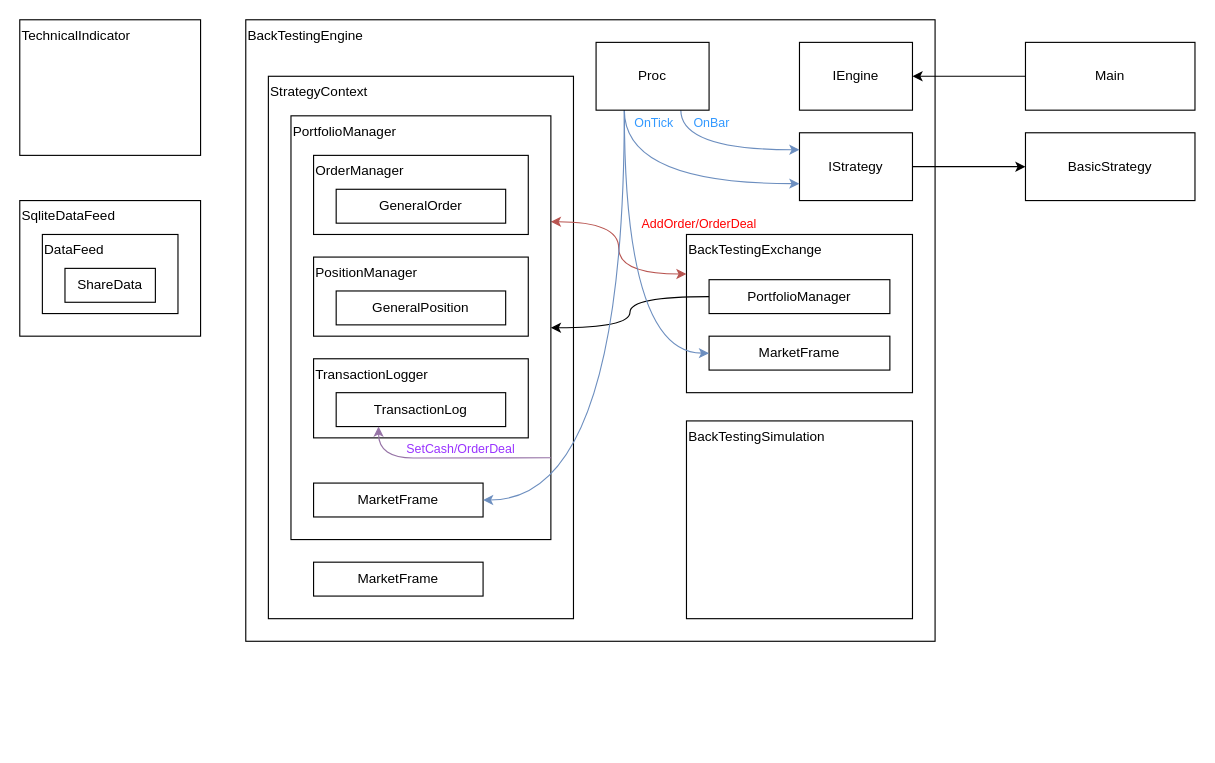
Above: CarrotBacktesting.Net/CarrotBacktesting.Net.Diagram.drawio in CRThu/CarrotQuant.Net (draw.io), before the change. Source tidied: cells renumbered, new cells numbered last; positions are measured from the earlier drawing's top-left corner, leaving out a move shared by most shapes. Both pictures are drawn from the tidied source at 113%, with x=0, y=0 at pixel (19, 19).
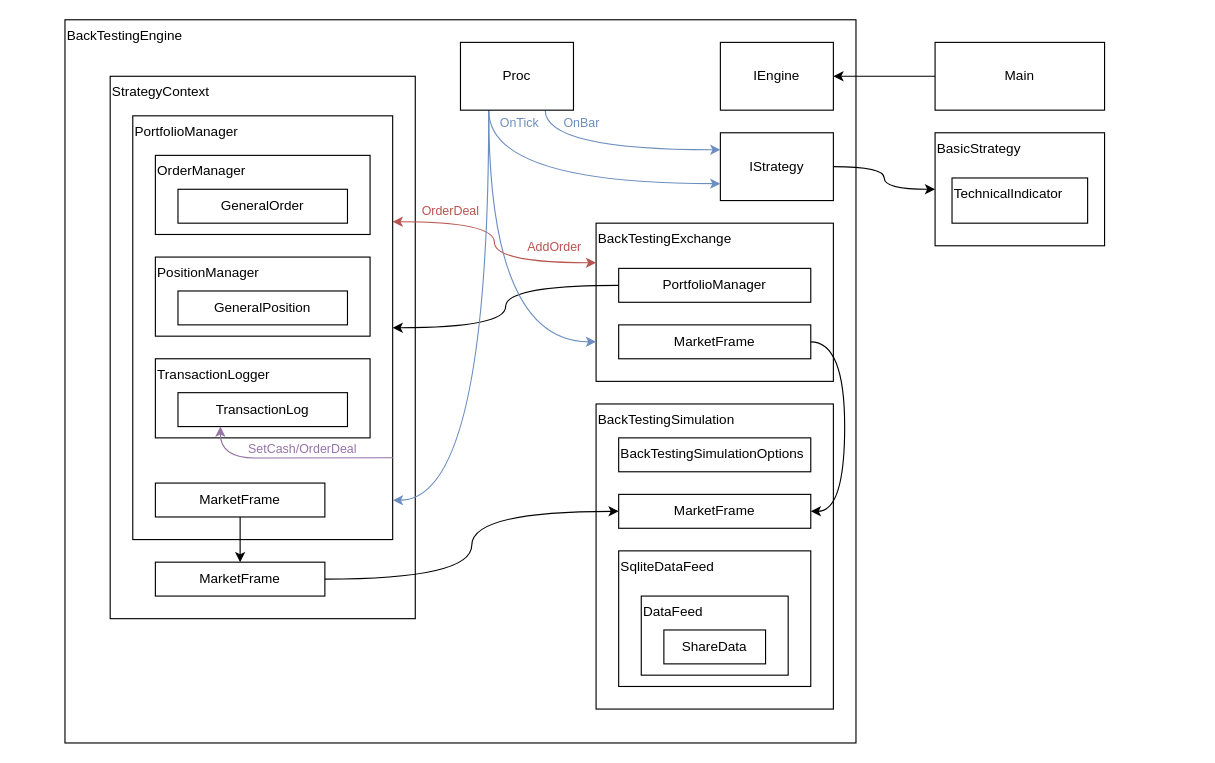
The same page after the edit.

Commit message (it also covers changes not shown here):
回测框架框图更新

Unchanged cells that the change refers to:
```xml
<mxCell id="12" style="edgeStyle=orthogonalEdgeStyle;curved=1;rounded=0;jettySize=auto;html=1;exitX=1;exitY=0.25;exitDx=0;exitDy=0;entryX=0;entryY=0.25;entryDx=0;entryDy=0;fontColor=#3399FF;elbow=vertical;fillColor=#f8cecc;strokeColor=#b85450;startArrow=classic;startFill=1;" parent="1" edge="1" source="14" target="8">
  <mxGeometry relative="1" as="geometry" />
</mxCell>
<mxCell id="30" style="edgeStyle=orthogonalEdgeStyle;curved=1;rounded=0;jettySize=auto;html=1;exitX=0.25;exitY=1;exitDx=0;exitDy=0;entryX=0;entryY=0.75;entryDx=0;entryDy=0;elbow=vertical;fillColor=#dae8fc;strokeColor=#6c8ebf;" parent="1" edge="1" source="36" target="10">
  <mxGeometry relative="1" as="geometry" />
</mxCell>
<mxCell id="32" style="edgeStyle=orthogonalEdgeStyle;curved=1;rounded=0;jettySize=auto;html=1;exitX=0.75;exitY=1;exitDx=0;exitDy=0;entryX=0;entryY=0.25;entryDx=0;entryDy=0;elbow=vertical;fillColor=#dae8fc;strokeColor=#6c8ebf;" parent="1" edge="1" source="36" target="10">
  <mxGeometry relative="1" as="geometry" />
</mxCell>
```

Diff of the diagram source:
```diff
@@
-    <mxCell id="2" value="SqliteDataFeed" style="rounded=0;whiteSpace=wrap;html=1;fillColor=none;align=left;verticalAlign=top;" parent="1" vertex="1">
-      <mxGeometry y="160" width="160" height="120" as="geometry" />
-    </mxCell>
-    <mxCell id="3" value="DataFeed" style="rounded=0;whiteSpace=wrap;html=1;fillColor=none;align=left;verticalAlign=top;" parent="1" vertex="1">
-      <mxGeometry x="20" y="190" width="120" height="70" as="geometry" />
-    </mxCell>
-    <mxCell id="4" value="ShareData" style="rounded=0;whiteSpace=wrap;html=1;fillColor=none;align=center;verticalAlign=middle;" parent="1" vertex="1">
-      <mxGeometry x="40" y="220" width="80" height="30" as="geometry" />
-    </mxCell>
+    <mxCell id="26" value="BasicStrategy" style="rounded=0;whiteSpace=wrap;html=1;fillColor=none;align=left;verticalAlign=top;" parent="1" vertex="1">
+      <mxGeometry x="810" y="100" width="150" height="100" as="geometry" />
+    </mxCell>
     <mxCell id="5" value="BackTestingEngine" style="rounded=0;whiteSpace=wrap;html=1;fillColor=none;align=left;verticalAlign=top;" parent="1" vertex="1">
-      <mxGeometry x="200" width="610" height="550" as="geometry" />
+      <mxGeometry x="40" width="700" height="640" as="geometry" />
     </mxCell>
     <mxCell id="6" value="IEngine" style="rounded=0;whiteSpace=wrap;html=1;fillColor=none;align=center;verticalAlign=middle;" parent="1" vertex="1">
-      <mxGeometry x="690" y="20" width="100" height="60" as="geometry" />
+      <mxGeometry x="620" y="20" width="100" height="60" as="geometry" />
     </mxCell>
     <mxCell id="7" value="StrategyContext" style="rounded=0;whiteSpace=wrap;html=1;fillColor=none;align=left;verticalAlign=top;" parent="1" vertex="1">
-      <mxGeometry x="220" y="50" width="270" height="480" as="geometry" />
+      <mxGeometry x="80" y="50" width="270" height="480" as="geometry" />
     </mxCell>
     <mxCell id="8" value="BackTestingExchange" style="rounded=0;whiteSpace=wrap;html=1;fillColor=none;align=left;verticalAlign=top;" parent="1" vertex="1">
-      <mxGeometry x="590" y="190" width="200" height="140" as="geometry" />
+      <mxGeometry x="510" y="180" width="210" height="140" as="geometry" />
     </mxCell>
-    <mxCell id="9" style="edgeStyle=orthogonalEdgeStyle;rounded=0;jettySize=auto;html=1;exitX=1;exitY=0.5;exitDx=0;exitDy=0;entryX=0;entryY=0.5;entryDx=0;entryDy=0;" parent="1" edge="1" source="10" target="26">
+    <mxCell id="9" style="edgeStyle=orthogonalEdgeStyle;rounded=0;jettySize=auto;html=1;exitX=1;exitY=0.5;exitDx=0;exitDy=0;entryX=0;entryY=0.5;entryDx=0;entryDy=0;curved=1;" parent="1" edge="1" source="10" target="26">
       <mxGeometry relative="1" as="geometry" />
     </mxCell>
     <mxCell id="10" value="IStrategy" style="rounded=0;whiteSpace=wrap;html=1;fillColor=none;align=center;verticalAlign=middle;" parent="1" vertex="1">
-      <mxGeometry x="690" y="100" width="100" height="60" as="geometry" />
+      <mxGeometry x="620" y="100" width="100" height="60" as="geometry" />
     </mxCell>
     <mxCell id="11" value="TechnicalIndicator" style="rounded=0;whiteSpace=wrap;html=1;fillColor=none;align=left;verticalAlign=top;" parent="1" vertex="1">
-      <mxGeometry width="160" height="120" as="geometry" />
+      <mxGeometry x="825" y="140" width="120" height="40" as="geometry" />
     </mxCell>
@@
-    <mxCell id="13" value="AddOrder/OrderDeal" style="edgeLabel;html=1;align=center;verticalAlign=middle;fontColor=#FF0000;labelBackgroundColor=none;" parent="12" vertex="1">
+    <mxCell id="13" value="OrderDeal" style="edgeLabel;html=1;align=center;verticalAlign=middle;fontColor=#B85450;labelBackgroundColor=none;" parent="12" vertex="1">
       <mxGeometry x="-0.15" y="-8" relative="1" as="geometry">
-        <mxPoint x="78" y="-9" as="offset" />
+        <mxPoint x="-32" y="-12" as="offset" />
       </mxGeometry>
     </mxCell>
+    <mxCell id="39" value="AddOrder" style="edgeLabel;html=1;align=center;verticalAlign=middle;fontColor=#B85450;labelBackgroundColor=none;" parent="12" vertex="1">
+      <mxGeometry x="-0.37" y="-5" relative="1" as="geometry">
+        <mxPoint x="75" y="17" as="offset" />
+      </mxGeometry>
+    </mxCell>
     <mxCell id="14" value="PortfolioManager" style="rounded=0;whiteSpace=wrap;html=1;fillColor=none;align=left;verticalAlign=top;" parent="1" vertex="1">
-      <mxGeometry x="240" y="85" width="230" height="375" as="geometry" />
+      <mxGeometry x="100" y="85" width="230" height="375" as="geometry" />
     </mxCell>
+    <mxCell id="40" style="edgeStyle=orthogonalEdgeStyle;curved=1;rounded=0;jettySize=auto;html=1;exitX=1;exitY=0.5;exitDx=0;exitDy=0;entryX=0;entryY=0.5;entryDx=0;entryDy=0;" parent="1" edge="1" source="15" target="44">
+      <mxGeometry relative="1" as="geometry" />
+    </mxCell>
     <mxCell id="15" value="MarketFrame" style="rounded=0;whiteSpace=wrap;html=1;fillColor=none;align=center;verticalAlign=middle;" parent="1" vertex="1">
-      <mxGeometry x="260" y="480" width="150" height="30" as="geometry" />
+      <mxGeometry x="120" y="480" width="150" height="30" as="geometry" />
     </mxCell>
+    <mxCell id="41" style="edgeStyle=orthogonalEdgeStyle;curved=1;rounded=0;jettySize=auto;html=1;exitX=0.5;exitY=1;exitDx=0;exitDy=0;entryX=0.5;entryY=0;entryDx=0;entryDy=0;" parent="1" edge="1" source="16" target="15">
+      <mxGeometry relative="1" as="geometry" />
+    </mxCell>
     <mxCell id="16" value="MarketFrame" style="rounded=0;whiteSpace=wrap;html=1;fillColor=none;align=center;verticalAlign=middle;" parent="1" vertex="1">
-      <mxGeometry x="260" y="410" width="150" height="30" as="geometry" />
+      <mxGeometry x="120" y="410" width="150" height="30" as="geometry" />
     </mxCell>
     <mxCell id="17" value="OrderManager" style="rounded=0;whiteSpace=wrap;html=1;fillColor=none;align=left;verticalAlign=top;" parent="1" vertex="1">
-      <mxGeometry x="260" y="120" width="190" height="70" as="geometry" />
+      <mxGeometry x="120" y="120" width="190" height="70" as="geometry" />
     </mxCell>
     <mxCell id="18" value="PositionManager" style="rounded=0;whiteSpace=wrap;html=1;fillColor=none;align=left;verticalAlign=top;" parent="1" vertex="1">
-      <mxGeometry x="260" y="210" width="190" height="70" as="geometry" />
+      <mxGeometry x="120" y="210" width="190" height="70" as="geometry" />
     </mxCell>
     <mxCell id="19" value="TransactionLogger" style="rounded=0;whiteSpace=wrap;html=1;fillColor=none;align=left;verticalAlign=top;" parent="1" vertex="1">
-      <mxGeometry x="260" y="300" width="190" height="70" as="geometry" />
+      <mxGeometry x="120" y="300" width="190" height="70" as="geometry" />
     </mxCell>
     <mxCell id="20" value="GeneralOrder" style="rounded=0;whiteSpace=wrap;html=1;fillColor=none;align=center;verticalAlign=middle;" parent="1" vertex="1">
-      <mxGeometry x="280" y="150" width="150" height="30" as="geometry" />
+      <mxGeometry x="140" y="150" width="150" height="30" as="geometry" />
     </mxCell>
     <mxCell id="21" value="GeneralPosition" style="rounded=0;whiteSpace=wrap;html=1;fillColor=none;align=center;verticalAlign=middle;" parent="1" vertex="1">
-      <mxGeometry x="280" y="240" width="150" height="30" as="geometry" />
+      <mxGeometry x="140" y="240" width="150" height="30" as="geometry" />
     </mxCell>
     <mxCell id="22" value="TransactionLog" style="rounded=0;whiteSpace=wrap;html=1;fillColor=none;align=center;verticalAlign=middle;" parent="1" vertex="1">
-      <mxGeometry x="280" y="330" width="150" height="30" as="geometry" />
+      <mxGeometry x="140" y="330" width="150" height="30" as="geometry" />
     </mxCell>
+    <mxCell id="42" style="edgeStyle=orthogonalEdgeStyle;curved=1;rounded=0;jettySize=auto;html=1;exitX=1;exitY=0.5;exitDx=0;exitDy=0;entryX=1;entryY=0.5;entryDx=0;entryDy=0;fontColor=#B85450;" parent="1" edge="1" source="23" target="44">
+      <mxGeometry relative="1" as="geometry">
+        <Array as="points">
+          <mxPoint x="730" y="285" />
+          <mxPoint x="730" y="435" />
+        </Array>
+      </mxGeometry>
+    </mxCell>
     <mxCell id="23" value="MarketFrame" style="rounded=0;whiteSpace=wrap;html=1;fillColor=none;align=center;verticalAlign=middle;" parent="1" vertex="1">
-      <mxGeometry x="610" y="280" width="160" height="30" as="geometry" />
+      <mxGeometry x="530" y="270" width="170" height="30" as="geometry" />
     </mxCell>
@@
     <mxCell id="25" value="PortfolioManager" style="rounded=0;whiteSpace=wrap;html=1;fillColor=none;align=center;verticalAlign=middle;" parent="1" vertex="1">
-      <mxGeometry x="610" y="230" width="160" height="30" as="geometry" />
+      <mxGeometry x="530" y="220" width="170" height="30" as="geometry" />
     </mxCell>
-    <mxCell id="26" value="BasicStrategy" style="rounded=0;whiteSpace=wrap;html=1;fillColor=none;align=center;verticalAlign=middle;" parent="1" vertex="1">
-      <mxGeometry x="890" y="100" width="150" height="60" as="geometry" />
-    </mxCell>
@@
     <mxCell id="28" value="Main" style="rounded=0;whiteSpace=wrap;html=1;fillColor=none;align=center;verticalAlign=middle;" parent="1" vertex="1">
-      <mxGeometry x="890" y="20" width="150" height="60" as="geometry" />
+      <mxGeometry x="810" y="20" width="150" height="60" as="geometry" />
     </mxCell>
     <mxCell id="29" value="BackTestingSimulation" style="rounded=0;whiteSpace=wrap;html=1;fillColor=none;align=left;verticalAlign=top;" parent="1" vertex="1">
-      <mxGeometry x="590" y="355" width="200" height="175" as="geometry" />
+      <mxGeometry x="510" y="340" width="210" height="270" as="geometry" />
     </mxCell>
@@
-    <mxCell id="31" value="OnTick" style="edgeLabel;html=1;align=center;verticalAlign=middle;fontColor=#3399FF;labelBackgroundColor=none;" parent="30" vertex="1">
+    <mxCell id="31" value="OnTick" style="edgeLabel;html=1;align=center;verticalAlign=middle;fontColor=#6C8EBF;labelBackgroundColor=none;" parent="30" vertex="1">
       <mxGeometry x="0.22" y="7" relative="1" as="geometry">
-        <mxPoint x="-44" y="-48" as="offset" />
+        <mxPoint x="-74" y="-48" as="offset" />
       </mxGeometry>
     </mxCell>
@@
-    <mxCell id="33" value="OnBar" style="edgeLabel;html=1;align=center;verticalAlign=middle;fontColor=#3399FF;labelBackgroundColor=none;" parent="32" vertex="1">
+    <mxCell id="33" value="OnBar" style="edgeLabel;html=1;align=center;verticalAlign=middle;fontColor=#6C8EBF;labelBackgroundColor=none;" parent="32" vertex="1">
       <mxGeometry x="-0.25" y="12" relative="1" as="geometry">
-        <mxPoint x="8" y="-13" as="offset" />
+        <mxPoint x="-5" y="-13" as="offset" />
       </mxGeometry>
     </mxCell>
-    <mxCell id="34" style="edgeStyle=orthogonalEdgeStyle;curved=1;rounded=0;jettySize=auto;html=1;exitX=0.25;exitY=1;exitDx=0;exitDy=0;entryX=1;entryY=0.5;entryDx=0;entryDy=0;fontColor=#3399FF;elbow=vertical;fillColor=#dae8fc;strokeColor=#6c8ebf;" parent="1" edge="1" source="36" target="16">
+    <mxCell id="34" style="edgeStyle=orthogonalEdgeStyle;curved=1;rounded=0;jettySize=auto;html=1;exitX=0.25;exitY=1;exitDx=0;exitDy=0;entryX=1.001;entryY=0.907;entryDx=0;entryDy=0;fontColor=#3399FF;elbow=vertical;fillColor=#dae8fc;strokeColor=#6c8ebf;entryPerimeter=0;" parent="1" edge="1" source="36" target="14">
       <mxGeometry relative="1" as="geometry" />
     </mxCell>
-    <mxCell id="35" style="edgeStyle=orthogonalEdgeStyle;curved=1;rounded=0;jettySize=auto;html=1;exitX=0.25;exitY=1;exitDx=0;exitDy=0;entryX=0;entryY=0.5;entryDx=0;entryDy=0;fontColor=#3399FF;elbow=vertical;fillColor=#dae8fc;strokeColor=#6c8ebf;" parent="1" edge="1" source="36" target="23">
+    <mxCell id="35" style="edgeStyle=orthogonalEdgeStyle;curved=1;rounded=0;jettySize=auto;html=1;exitX=0.25;exitY=1;exitDx=0;exitDy=0;entryX=0;entryY=0.75;entryDx=0;entryDy=0;fontColor=#3399FF;elbow=vertical;fillColor=#dae8fc;strokeColor=#6c8ebf;" parent="1" edge="1" source="36" target="8">
       <mxGeometry relative="1" as="geometry" />
     </mxCell>
     <mxCell id="36" value="Proc" style="rounded=0;whiteSpace=wrap;html=1;fillColor=none;align=center;verticalAlign=middle;" parent="1" vertex="1">
-      <mxGeometry x="510" y="20" width="100" height="60" as="geometry" />
+      <mxGeometry x="390" y="20" width="100" height="60" as="geometry" />
     </mxCell>
-    <mxCell id="37" style="edgeStyle=orthogonalEdgeStyle;curved=1;rounded=0;jettySize=auto;html=1;exitX=1.001;exitY=0.807;exitDx=0;exitDy=0;entryX=0.25;entryY=1;entryDx=0;entryDy=0;fontColor=#CCCC00;elbow=vertical;exitPerimeter=0;fillColor=#e1d5e7;strokeColor=#9673a6;" parent="1" edge="1" source="14" target="22">
+    <mxCell id="37" style="edgeStyle=orthogonalEdgeStyle;curved=1;rounded=0;jettySize=auto;html=1;exitX=1.001;exitY=0.807;exitDx=0;exitDy=0;entryX=0.25;entryY=1;entryDx=0;entryDy=0;fontColor=#CCCC00;elbow=vertical;exitPerimeter=0;fillColor=#e1d5e7;strokeColor=#9673A6;" parent="1" edge="1" source="14" target="22">
       <mxGeometry relative="1" as="geometry">
         <Array as="points">
-          <mxPoint x="380" y="388" />
-          <mxPoint x="318" y="388" />
+          <mxPoint x="240" y="388" />
+          <mxPoint x="178" y="388" />
         </Array>
       </mxGeometry>
     </mxCell>
-    <mxCell id="38" value="&lt;span style=&quot;color: rgb(153 , 51 , 255)&quot;&gt;SetCash/&lt;/span&gt;&lt;font color=&quot;#9933ff&quot;&gt;OrderDeal&lt;/font&gt;" style="edgeLabel;html=1;align=center;verticalAlign=middle;fontColor=#CCCC00;labelBackgroundColor=none;" parent="37" vertex="1">
+    <mxCell id="38" value="&lt;span style=&quot;&quot;&gt;SetCash/&lt;/span&gt;&lt;font&gt;OrderDeal&lt;/font&gt;" style="edgeLabel;html=1;align=center;verticalAlign=middle;fontColor=#9673A6;labelBackgroundColor=none;" parent="37" vertex="1">
       <mxGeometry x="0.27" y="-9" relative="1" as="geometry">
         <mxPoint x="34" y="1" as="offset" />
       </mxGeometry>
     </mxCell>
+    <mxCell id="2" value="SqliteDataFeed" style="rounded=0;whiteSpace=wrap;html=1;fillColor=none;align=left;verticalAlign=top;" parent="1" vertex="1">
+      <mxGeometry x="530" y="470" width="170" height="120" as="geometry" />
+    </mxCell>
+    <mxCell id="3" value="DataFeed" style="rounded=0;whiteSpace=wrap;html=1;fillColor=none;align=left;verticalAlign=top;" parent="1" vertex="1">
+      <mxGeometry x="550" y="510" width="130" height="70" as="geometry" />
+    </mxCell>
+    <mxCell id="4" value="ShareData" style="rounded=0;whiteSpace=wrap;html=1;fillColor=none;align=center;verticalAlign=middle;" parent="1" vertex="1">
+      <mxGeometry x="570" y="540" width="90" height="30" as="geometry" />
+    </mxCell>
+    <mxCell id="43" value="BackTestingSimulationOptions" style="rounded=0;whiteSpace=wrap;html=1;fillColor=none;align=left;verticalAlign=top;" parent="1" vertex="1">
+      <mxGeometry x="530" y="370" width="170" height="30" as="geometry" />
+    </mxCell>
+    <mxCell id="44" value="MarketFrame" style="rounded=0;whiteSpace=wrap;html=1;fillColor=none;align=center;verticalAlign=middle;" parent="1" vertex="1">
+      <mxGeometry x="530" y="420" width="170" height="30" as="geometry" />
+    </mxCell>
```
